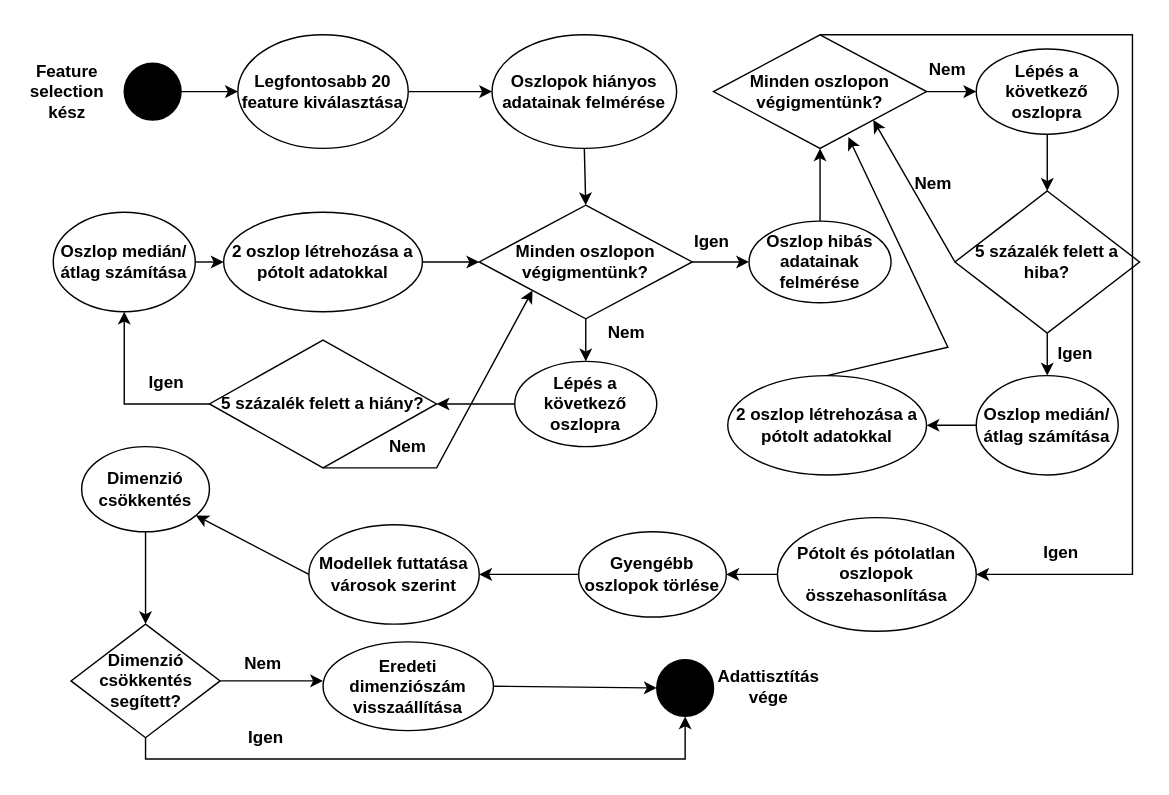
Above: Adattisztítás.drawio in HabanAndras/Gepi-latas (draw.io), before the change. Source tidied: cells renumbered, new cells numbered last; positions are measured from the earlier drawing's top-left corner, leaving out a move shared by most shapes. Both pictures are drawn from the tidied source at 142%, with x=0, y=0 at pixel (24, 34).
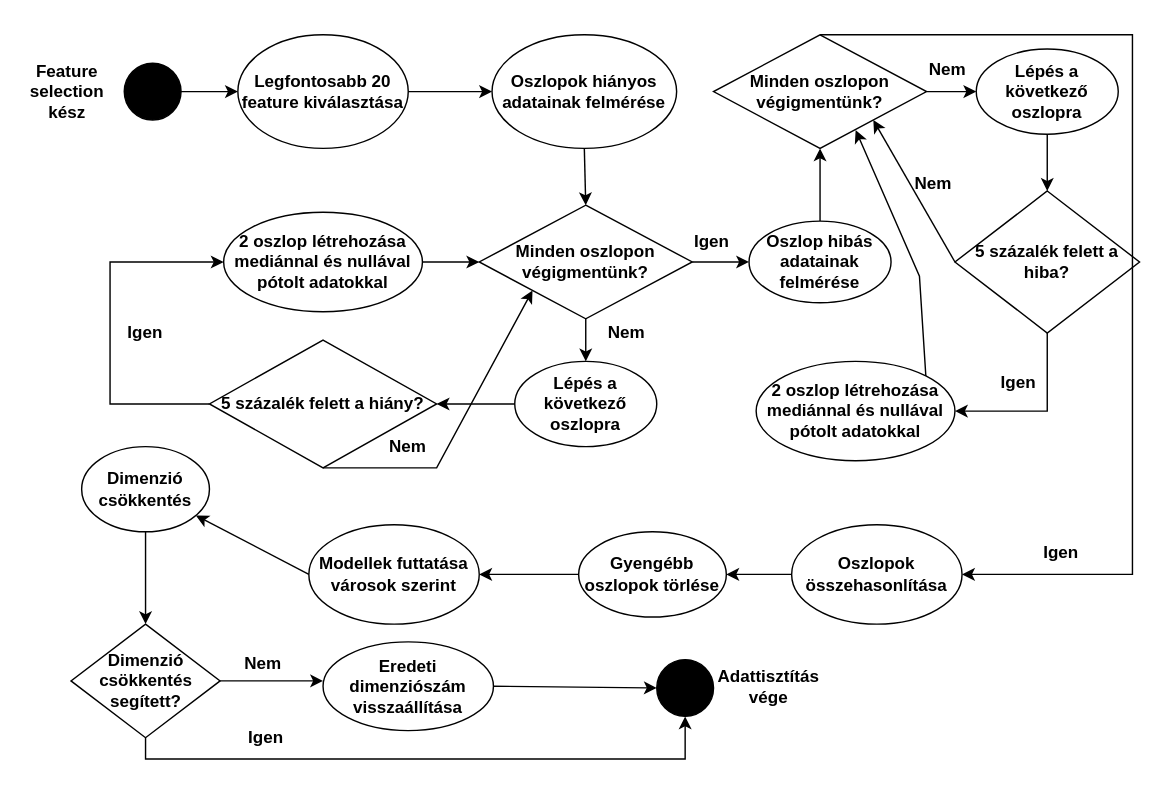
The same diagram, later.

Unchanged cells that the change refers to:
```xml
<mxCell id="9" value="&lt;b&gt;5 százalék felett a hiány?&lt;br&gt;&lt;/b&gt;" style="rhombus;whiteSpace=wrap;html=1;" parent="1" vertex="1">
  <mxGeometry x="130" y="215" width="160" height="90" as="geometry" />
</mxCell>
<mxCell id="24" value="&lt;b&gt;Minden oszlopon végigmentünk?&lt;br&gt;&lt;/b&gt;" style="rhombus;whiteSpace=wrap;html=1;" parent="1" vertex="1">
  <mxGeometry x="485" width="150" height="80" as="geometry" />
</mxCell>
<mxCell id="31" value="&lt;div&gt;&lt;b&gt;5 százalék felett a &lt;br&gt;&lt;/b&gt;&lt;/div&gt;&lt;div&gt;&lt;b&gt;hiba?&lt;/b&gt;&lt;/div&gt;" style="rhombus;whiteSpace=wrap;html=1;" parent="1" vertex="1">
  <mxGeometry x="655" y="110" width="130" height="100" as="geometry" />
</mxCell>
```

What changed in the source:
```diff
@@
-    <mxCell id="10" value="&lt;b&gt;Oszlop medián/átlag számítása&lt;br&gt;&lt;/b&gt;" style="ellipse;whiteSpace=wrap;html=1;" parent="1" vertex="1">
-      <mxGeometry x="20" y="125" width="100" height="70" as="geometry" />
-    </mxCell>
-    <mxCell id="11" value="&lt;b&gt;2 oszlop létrehozása a pótolt adatokkal&lt;br&gt;&lt;/b&gt;" style="ellipse;whiteSpace=wrap;html=1;" parent="1" vertex="1">
+    <mxCell id="11" value="&lt;b&gt;2 oszlop létrehozása mediánnal és nullával pótolt adatokkal&lt;br&gt;&lt;/b&gt;" style="ellipse;whiteSpace=wrap;html=1;" parent="1" vertex="1">
       <mxGeometry x="140" y="125" width="140" height="70" as="geometry" />
     </mxCell>
@@
     <mxCell id="14" value="&lt;b&gt;Igen&lt;/b&gt;" style="text;html=1;strokeColor=none;fillColor=none;align=center;verticalAlign=middle;whiteSpace=wrap;rounded=0;" parent="1" vertex="1">
-      <mxGeometry x="70" y="230" width="60" height="30" as="geometry" />
+      <mxGeometry x="55" y="195" width="60" height="30" as="geometry" />
     </mxCell>
@@
-    <mxCell id="20" style="endArrow=classic;html=1;rounded=0;exitX=1;exitY=0.5;exitDx=0;exitDy=0;entryX=0;entryY=0.5;entryDx=0;entryDy=0;" parent="1" edge="1" source="10" target="11">
-      <mxGeometry relative="1" as="geometry" />
+    <mxCell id="20" style="endArrow=classic;html=1;rounded=0;exitX=0;exitY=0.5;exitDx=0;exitDy=0;entryX=0;entryY=0.5;entryDx=0;entryDy=0;" parent="1" edge="1" source="9" target="11">
+      <mxGeometry relative="1" as="geometry">
+        <Array as="points">
+          <mxPoint x="60" y="260" />
+          <mxPoint x="60" y="160" />
+        </Array>
+      </mxGeometry>
     </mxCell>
-    <mxCell id="21" style="endArrow=classic;html=1;rounded=0;exitX=0;exitY=0.5;exitDx=0;exitDy=0;entryX=0.5;entryY=1;entryDx=0;entryDy=0;" parent="1" edge="1" source="9" target="10">
-      <mxGeometry relative="1" as="geometry">
-        <Array as="points">
-          <mxPoint x="70" y="260" />
-        </Array>
-      </mxGeometry>
-    </mxCell>
@@
-    <mxCell id="35" value="&lt;b&gt;Oszlop medián/átlag számítása&lt;br&gt;&lt;/b&gt;" style="ellipse;whiteSpace=wrap;html=1;" parent="1" vertex="1">
-      <mxGeometry x="670" y="240" width="100" height="70" as="geometry" />
-    </mxCell>
-    <mxCell id="36" style="endArrow=classic;html=1;rounded=0;exitX=0.5;exitY=1;exitDx=0;exitDy=0;entryX=0.5;entryY=0;entryDx=0;entryDy=0;" parent="1" edge="1" source="31" target="35">
-      <mxGeometry relative="1" as="geometry" />
-    </mxCell>
     <mxCell id="37" value="&lt;b&gt;Igen&lt;/b&gt;" style="text;html=1;strokeColor=none;fillColor=none;align=center;verticalAlign=middle;whiteSpace=wrap;rounded=0;" parent="1" vertex="1">
-      <mxGeometry x="710" y="210" width="60" height="30" as="geometry" />
+      <mxGeometry x="670" y="230" width="60" height="30" as="geometry" />
     </mxCell>
-    <mxCell id="38" value="&lt;b&gt;2 oszlop létrehozása a pótolt adatokkal&lt;br&gt;&lt;/b&gt;" style="ellipse;whiteSpace=wrap;html=1;" parent="1" vertex="1">
-      <mxGeometry x="495" y="240" width="140" height="70" as="geometry" />
+    <mxCell id="38" value="&lt;b&gt;2 oszlop létrehozása mediánnal és nullával pótolt adatokkal&lt;br&gt;&lt;/b&gt;" style="ellipse;whiteSpace=wrap;html=1;" parent="1" vertex="1">
+      <mxGeometry x="515" y="230" width="140" height="70" as="geometry" />
     </mxCell>
-    <mxCell id="39" style="endArrow=classic;html=1;rounded=0;exitX=0;exitY=0.5;exitDx=0;exitDy=0;entryX=1;entryY=0.5;entryDx=0;entryDy=0;" parent="1" edge="1" source="35" target="38">
-      <mxGeometry relative="1" as="geometry" />
-    </mxCell>
-    <mxCell id="40" style="endArrow=classic;html=1;rounded=0;exitX=0.5;exitY=0;exitDx=0;exitDy=0;entryX=0.633;entryY=0.9;entryDx=0;entryDy=0;entryPerimeter=0;" parent="1" edge="1" source="38" target="24">
-      <mxGeometry relative="1" as="geometry">
-        <Array as="points">
-          <mxPoint x="650" y="220" />
-        </Array>
-      </mxGeometry>
-    </mxCell>
@@
-    <mxCell id="42" value="&lt;b&gt;Pótolt és pótolatlan oszlopok összehasonlítása&lt;br&gt;&lt;/b&gt;" style="ellipse;whiteSpace=wrap;html=1;" parent="1" vertex="1">
-      <mxGeometry x="530" y="340" width="140" height="80" as="geometry" />
+    <mxCell id="42" value="&lt;b&gt;Oszlopok összehasonlítása&lt;br&gt;&lt;/b&gt;" style="ellipse;whiteSpace=wrap;html=1;" parent="1" vertex="1">
+      <mxGeometry x="540" y="345" width="120" height="70" as="geometry" />
     </mxCell>
@@
+    <mxCell id="40" style="endArrow=classic;html=1;rounded=0;exitX=1;exitY=0;exitDx=0;exitDy=0;entryX=0.667;entryY=0.838;entryDx=0;entryDy=0;entryPerimeter=0;" parent="1" edge="1" source="38" target="24">
+      <mxGeometry relative="1" as="geometry">
+        <Array as="points">
+          <mxPoint x="630" y="170" />
+        </Array>
+      </mxGeometry>
+    </mxCell>
+    <mxCell id="60" style="endArrow=classic;html=1;rounded=0;exitX=0.5;exitY=1;exitDx=0;exitDy=0;entryX=1;entryY=0.5;entryDx=0;entryDy=0;" parent="1" edge="1" source="31" target="38">
+      <mxGeometry relative="1" as="geometry">
+        <Array as="points">
+          <mxPoint x="720" y="265" />
+        </Array>
+      </mxGeometry>
+    </mxCell>
```
